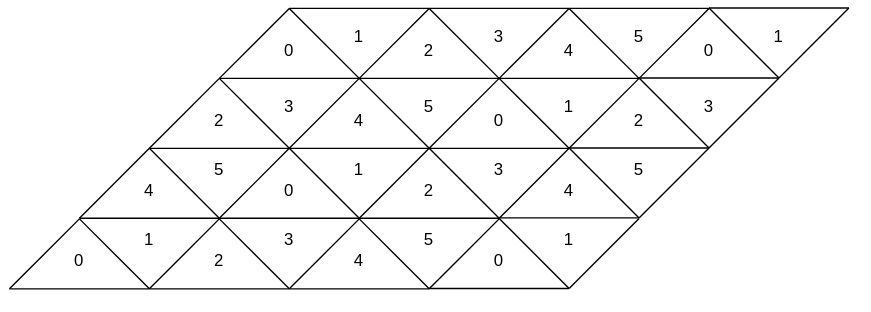
Above: engine/docs/graphics/index_buffer_sorting.svg in skarmux/x-settlers (draw.io), before the change. Source tidied: cells renumbered, new cells last; positions are measured from the earlier drawing's top-left corner, leaving out a move shared by most shapes.
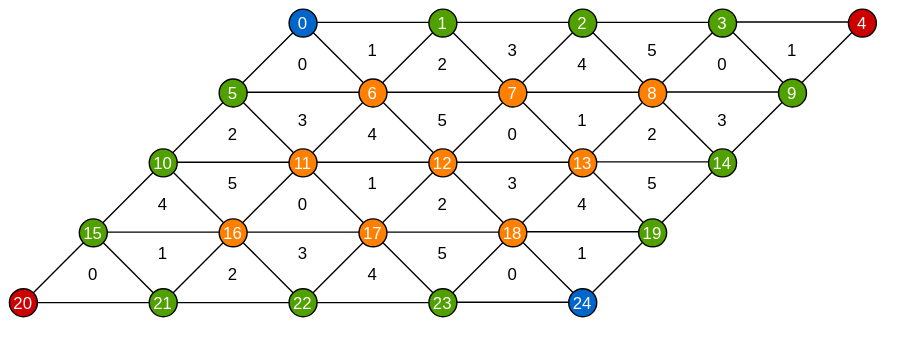
The same file after the commit.

Commit message:
adding index buffer sorting graphics and expanding the comparison table on indexing methods with indices only variant

What changed in the source:
```diff
@@ -434,5 +434,80 @@
     <mxCell id="89" value="1" style="text;html=1;strokeColor=none;fillColor=none;align=center;verticalAlign=middle;whiteSpace=wrap;rounded=0;" parent="1" vertex="1">
       <mxGeometry x="390" y="156.4" width="20" height="20" as="geometry" />
     </mxCell>
+    <mxCell id="90" value="0" style="ellipse;align=center;verticalAlign=middle;fontColor=#FFFFFF;fillColor=#0066CC;" parent="1" vertex="1">
+      <mxGeometry x="190" y="-9" width="20" height="20" as="geometry" />
+    </mxCell>
+    <mxCell id="91" value="1" style="ellipse;align=center;verticalAlign=middle;fontColor=#FFFFFF;fillColor=#50A100;" parent="1" vertex="1">
+      <mxGeometry x="290" y="-9" width="20" height="20" as="geometry" />
+    </mxCell>
+    <mxCell id="92" value="2" style="ellipse;align=center;verticalAlign=middle;fontColor=#FFFFFF;fillColor=#50A100;" parent="1" vertex="1">
+      <mxGeometry x="390" y="-9" width="20" height="20" as="geometry" />
+    </mxCell>
+    <mxCell id="93" value="3" style="ellipse;align=center;verticalAlign=middle;fontColor=#FFFFFF;fillColor=#50A100;" parent="1" vertex="1">
+      <mxGeometry x="490" y="-9" width="20" height="20" as="geometry" />
+    </mxCell>
+    <mxCell id="94" value="4" style="ellipse;align=center;verticalAlign=middle;fillColor=#CC0000;fontColor=#FFFFFF;" parent="1" vertex="1">
+      <mxGeometry x="590" y="-9" width="20" height="20" as="geometry" />
+    </mxCell>
+    <mxCell id="95" value="5" style="ellipse;align=center;verticalAlign=middle;fontColor=#FFFFFF;fillColor=#50A100;" parent="1" vertex="1">
+      <mxGeometry x="140" y="41" width="20" height="20" as="geometry" />
+    </mxCell>
+    <mxCell id="96" value="6" style="ellipse;align=center;verticalAlign=middle;fillColor=#FF8000;fontColor=#FFFFFF;" parent="1" vertex="1">
+      <mxGeometry x="240" y="41" width="20" height="20" as="geometry" />
+    </mxCell>
+    <mxCell id="97" value="7" style="ellipse;align=center;verticalAlign=middle;fillColor=#FF8000;fontColor=#FFFFFF;" parent="1" vertex="1">
+      <mxGeometry x="340" y="41" width="20" height="20" as="geometry" />
+    </mxCell>
+    <mxCell id="98" value="8" style="ellipse;align=center;verticalAlign=middle;fillColor=#FF8000;fontColor=#FFFFFF;" parent="1" vertex="1">
+      <mxGeometry x="440" y="41" width="20" height="20" as="geometry" />
+    </mxCell>
+    <mxCell id="99" value="9" style="ellipse;align=center;verticalAlign=middle;fontColor=#FFFFFF;fillColor=#50A100;" parent="1" vertex="1">
+      <mxGeometry x="540" y="41" width="20" height="20" as="geometry" />
+    </mxCell>
+    <mxCell id="100" value="10" style="ellipse;align=center;verticalAlign=middle;fontColor=#FFFFFF;fillColor=#50A100;" parent="1" vertex="1">
+      <mxGeometry x="90" y="91" width="20" height="20" as="geometry" />
+    </mxCell>
+    <mxCell id="101" value="11" style="ellipse;align=center;verticalAlign=middle;fillColor=#FF8000;fontColor=#FFFFFF;" parent="1" vertex="1">
+      <mxGeometry x="190" y="91" width="20" height="20" as="geometry" />
+    </mxCell>
+    <mxCell id="102" value="12" style="ellipse;align=center;verticalAlign=middle;fillColor=#FF8000;fontColor=#FFFFFF;" parent="1" vertex="1">
+      <mxGeometry x="290" y="91" width="20" height="20" as="geometry" />
+    </mxCell>
+    <mxCell id="103" value="13" style="ellipse;align=center;verticalAlign=middle;fillColor=#FF8000;fontColor=#FFFFFF;" parent="1" vertex="1">
+      <mxGeometry x="390" y="91" width="20" height="20" as="geometry" />
+    </mxCell>
+    <mxCell id="104" value="14" style="ellipse;align=center;verticalAlign=middle;fontColor=#FFFFFF;fillColor=#50A100;" parent="1" vertex="1">
+      <mxGeometry x="490" y="91" width="20" height="20" as="geometry" />
+    </mxCell>
+    <mxCell id="105" value="15" style="ellipse;align=center;verticalAlign=middle;fontColor=#FFFFFF;fillColor=#50A100;" parent="1" vertex="1">
+      <mxGeometry x="40" y="141" width="20" height="20" as="geometry" />
+    </mxCell>
+    <mxCell id="106" value="16" style="ellipse;align=center;verticalAlign=middle;fillColor=#FF8000;fontColor=#FFFFFF;" parent="1" vertex="1">
+      <mxGeometry x="140" y="141" width="20" height="20" as="geometry" />
+    </mxCell>
+    <mxCell id="107" value="17" style="ellipse;align=center;verticalAlign=middle;fillColor=#FF8000;fontColor=#FFFFFF;" parent="1" vertex="1">
+      <mxGeometry x="240" y="141" width="20" height="20" as="geometry" />
+    </mxCell>
+    <mxCell id="108" value="18" style="ellipse;align=center;verticalAlign=middle;fillColor=#FF8000;fontColor=#FFFFFF;" parent="1" vertex="1">
+      <mxGeometry x="340" y="141" width="20" height="20" as="geometry" />
+    </mxCell>
+    <mxCell id="109" value="19" style="ellipse;align=center;verticalAlign=middle;fontColor=#FFFFFF;fillColor=#50A100;" parent="1" vertex="1">
+      <mxGeometry x="440" y="141" width="20" height="20" as="geometry" />
+    </mxCell>
+    <mxCell id="110" value="20" style="ellipse;align=center;verticalAlign=middle;fillColor=#CC0000;fontColor=#FFFFFF;" parent="1" vertex="1">
+      <mxGeometry x="-10" y="191" width="20" height="20" as="geometry" />
+    </mxCell>
+    <mxCell id="111" value="21" style="ellipse;align=center;verticalAlign=middle;fontColor=#FFFFFF;fillColor=#50A100;" parent="1" vertex="1">
+      <mxGeometry x="90" y="191" width="20" height="20" as="geometry" />
+    </mxCell>
+    <mxCell id="112" value="22" style="ellipse;align=center;verticalAlign=middle;fontColor=#FFFFFF;fillColor=#50A100;" parent="1" vertex="1">
+      <mxGeometry x="190" y="191" width="20" height="20" as="geometry" />
+    </mxCell>
+    <mxCell id="113" value="23" style="ellipse;align=center;verticalAlign=middle;fontColor=#FFFFFF;fillColor=#50A100;" parent="1" vertex="1">
+      <mxGeometry x="290" y="191" width="20" height="20" as="geometry" />
+    </mxCell>
+    <mxCell id="114" value="24" style="ellipse;align=center;verticalAlign=middle;fontColor=#FFFFFF;fillColor=#0066CC;" parent="1" vertex="1">
+      <mxGeometry x="390" y="191" width="20" height="20" as="geometry" />
+    </mxCell>
   </root>
 </mxGraphModel>
```
